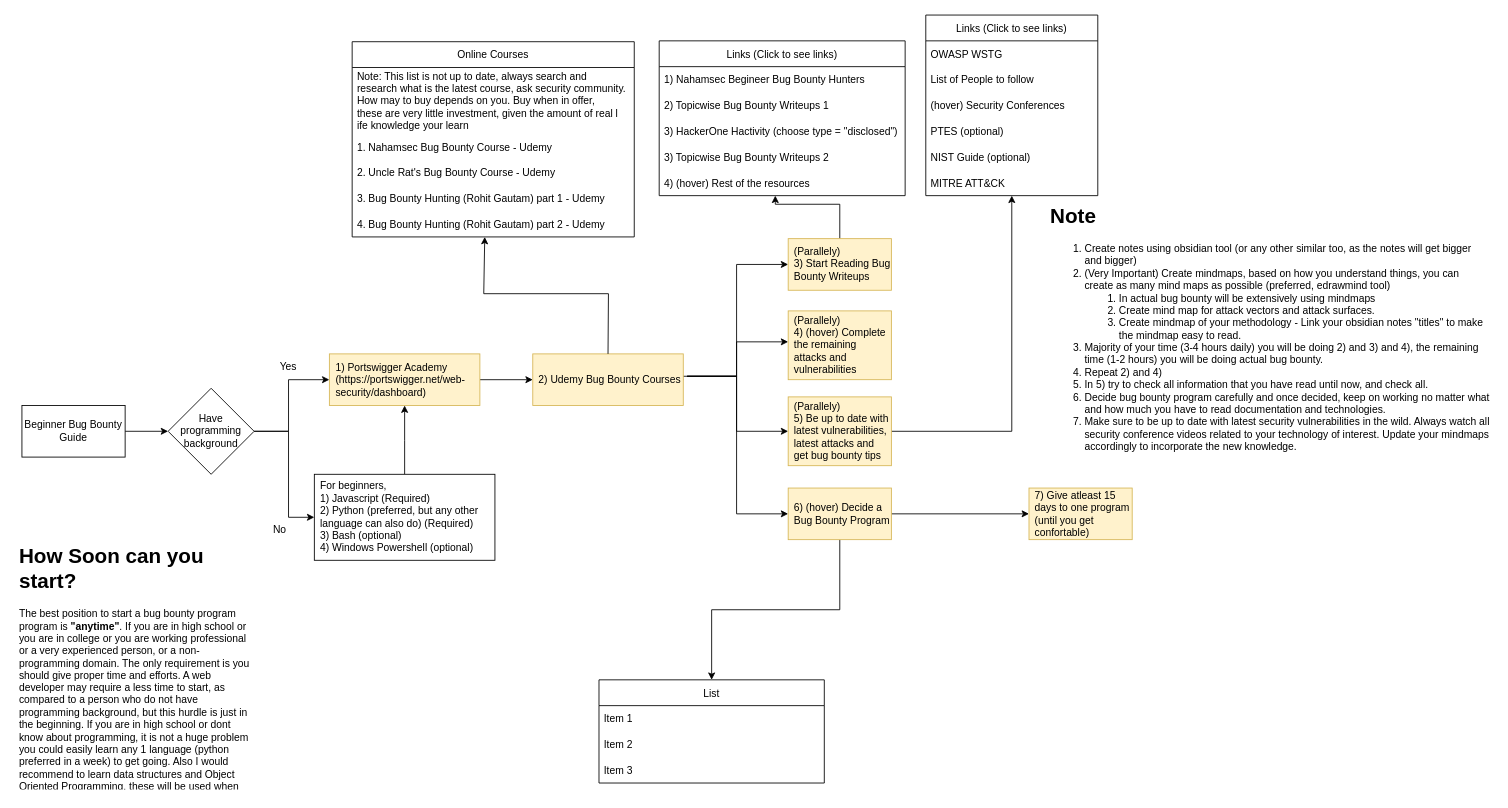
The draw.io diagram page "Beginner Bug Bounty Guide" (1 of 2) of how-to-start-bug-bounty.drawio in Le4kno3/Beginner-Bug-Bounty-Guide, before the edit. Source tidied: cells renumbered, new cells numbered last; positions are measured from the earlier drawing's top-left corner, leaving out a move shared by most shapes. Both pictures are drawn from the tidied source at 86%, with x=0, y=0 at pixel (15, 15).
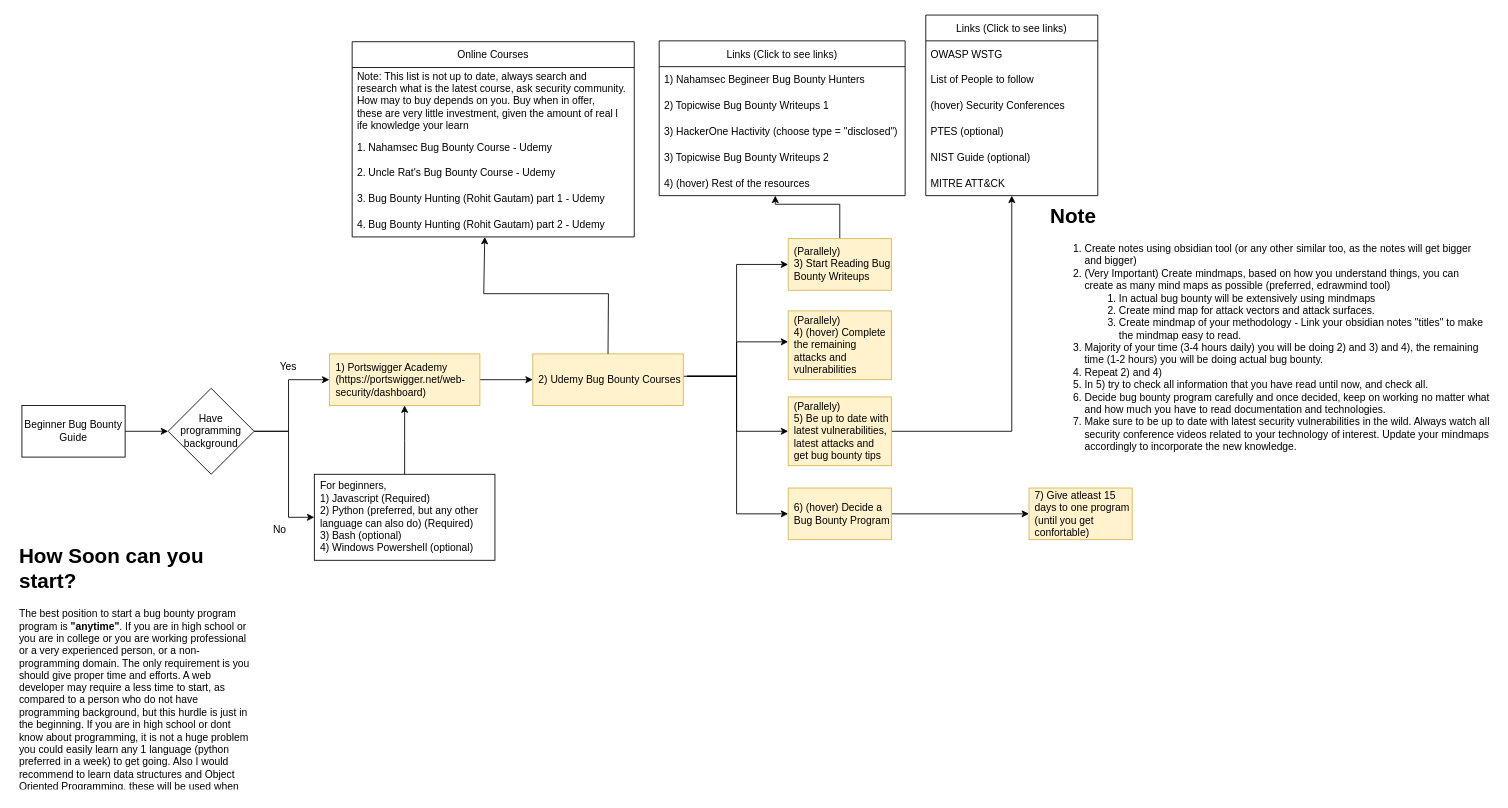
Above is the later version.

Unchanged cells that the change refers to:
```xml
<mxCell id="34" value="6) (hover) Decide a Bug Bounty Program" style="whiteSpace=wrap;html=1;align=left;fillColor=#fff2cc;strokeColor=#d6b656;rounded=0;spacingLeft=5;" parent="1" vertex="1">
  <mxGeometry x="899" y="550" width="120" height="60" as="geometry" />
</mxCell>
```

What changed in the source:
```diff
@@
-    <mxCell id="33" style="edgeStyle=orthogonalEdgeStyle;rounded=0;jettySize=auto;html=1;" parent="1" edge="1" source="34" target="49">
-      <mxGeometry relative="1" as="geometry" />
-    </mxCell>
@@
-    <mxCell id="49" value="List" style="swimlane;fontStyle=0;horizontal=1;startSize=30;" parent="1" vertex="1">
-      <mxGeometry x="679" y="773" width="262" height="120" as="geometry" />
-    </mxCell>
-    <mxCell id="50" value="Item 1" style="text;strokeColor=none;fillColor=none;align=left;verticalAlign=middle;spacingLeft=4;spacingRight=4;overflow=hidden;" parent="49" vertex="1">
-      <mxGeometry y="30" width="262" height="30" as="geometry" />
-    </mxCell>
-    <mxCell id="51" value="Item 2" style="text;strokeColor=none;fillColor=none;align=left;verticalAlign=middle;spacingLeft=4;spacingRight=4;overflow=hidden;" parent="49" vertex="1">
-      <mxGeometry y="60" width="262" height="30" as="geometry" />
-    </mxCell>
-    <mxCell id="52" value="Item 3" style="text;strokeColor=none;fillColor=none;align=left;verticalAlign=middle;spacingLeft=4;spacingRight=4;overflow=hidden;" parent="49" vertex="1">
-      <mxGeometry y="90" width="262" height="30" as="geometry" />
-    </mxCell>
```
